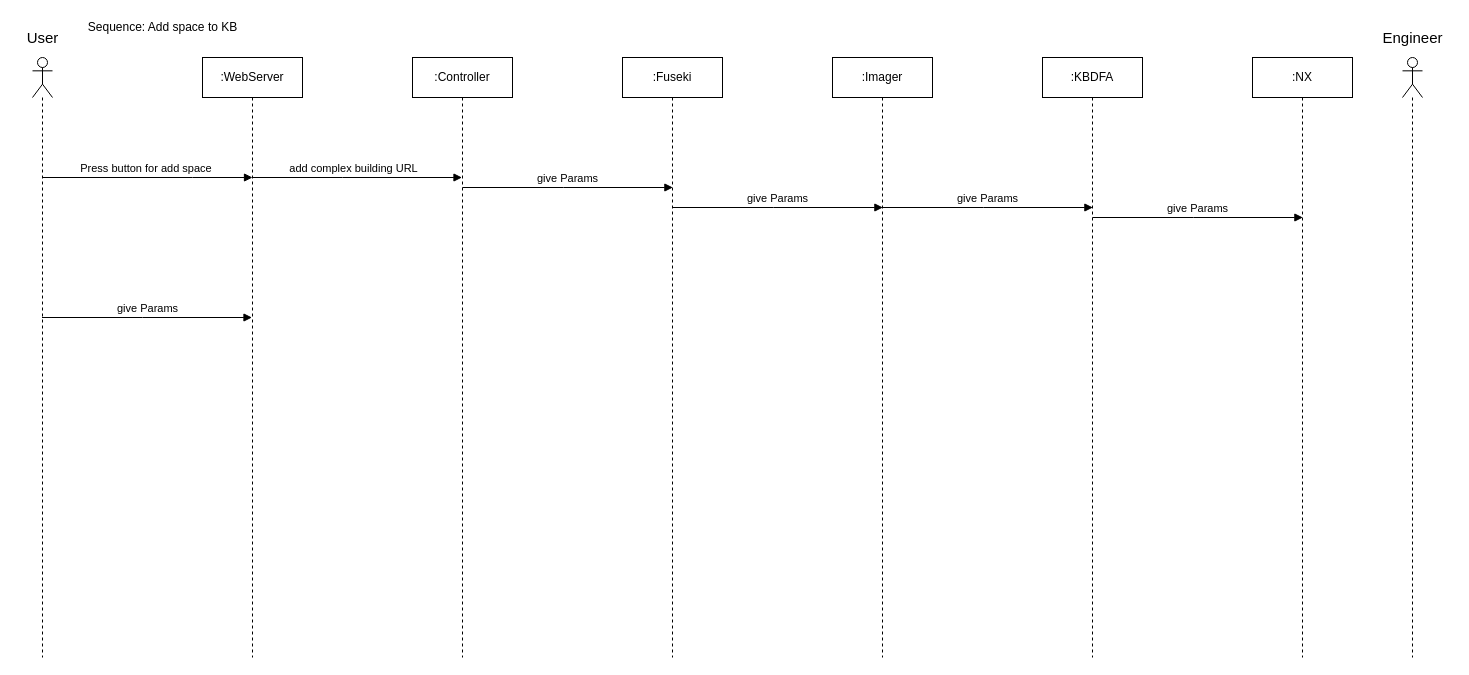
Above: page "SeqAddSpace" (4 of 8) of Diagrams/Diagrams.drawio in Hallvaeb/automation-p2-construction-knowledge-base (draw.io), before the change. Source tidied: cells renumbered, new cells numbered last; positions are measured from the earlier drawing's top-left corner, leaving out a move shared by most shapes. Both pictures are drawn from the tidied source at 100%, with x=0, y=0 at pixel (17, 17).
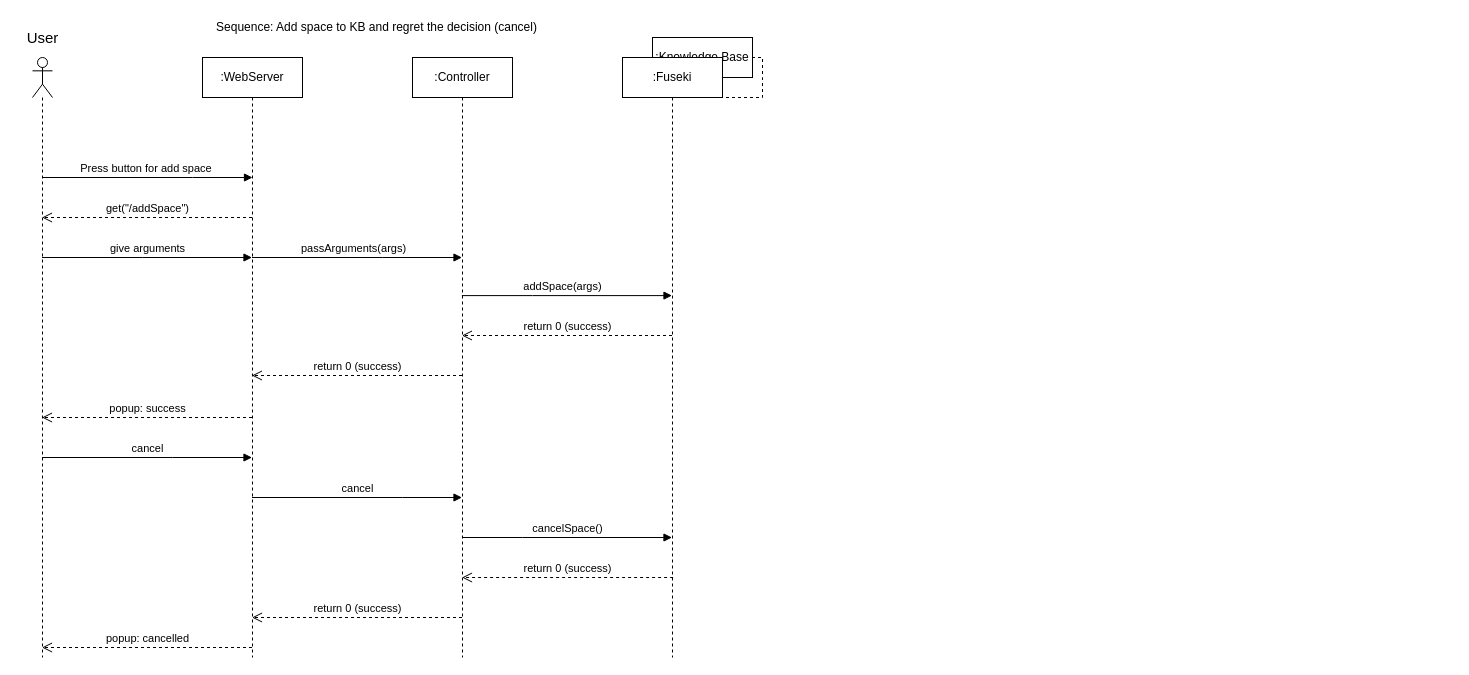
The same diagram, later.

The change refers to these unchanged cells:
```xml
<mxCell id="2" style="shape=umlLifeline;participant=umlActor;perimeter=lifelinePerimeter;whiteSpace=wrap;html=1;verticalAlign=top;spacingTop=36;outlineConnect=0;" parent="1" vertex="1">
  <mxGeometry x="15" y="40" width="20" height="600" as="geometry" />
</mxCell>
<mxCell id="3" value=":WebServer" style="shape=umlLifeline;perimeter=lifelinePerimeter;whiteSpace=wrap;html=1;outlineConnect=0;" parent="1" vertex="1">
  <mxGeometry x="185" y="40" width="100" height="600" as="geometry" />
</mxCell>
<mxCell id="7" value=":Controller" style="shape=umlLifeline;perimeter=lifelinePerimeter;whiteSpace=wrap;html=1;outlineConnect=0;" parent="1" vertex="1">
  <mxGeometry x="395" y="40" width="100" height="600" as="geometry" />
</mxCell>
<mxCell id="9" value=":Fuseki" style="shape=umlLifeline;perimeter=lifelinePerimeter;whiteSpace=wrap;html=1;outlineConnect=0;" parent="1" vertex="1">
  <mxGeometry x="605" y="40" width="100" height="600" as="geometry" />
</mxCell>
```

Diff of the diagram source:
```diff
@@
+    <mxCell id="20" value=":Knowledge Base" style="shape=umlLifeline;perimeter=lifelinePerimeter;whiteSpace=wrap;html=1;" parent="1" vertex="1">
+      <mxGeometry x="635" y="20" width="100" height="40" as="geometry" />
+    </mxCell>
@@
-    <mxCell id="6" value="give Params" style="html=1;verticalAlign=bottom;endArrow=block;rounded=0;edgeStyle=orthogonalEdgeStyle;" parent="1" edge="1" source="2" target="3">
+    <mxCell id="6" value="give arguments" style="html=1;verticalAlign=bottom;endArrow=block;rounded=0;edgeStyle=orthogonalEdgeStyle;" parent="1" edge="1" source="2" target="3">
       <mxGeometry relative="1" as="geometry">
         <Array as="points">
-          <mxPoint x="125" y="300" />
-          <mxPoint x="125" y="300" />
+          <mxPoint x="125" y="240" />
+          <mxPoint x="125" y="240" />
         </Array>
       </mxGeometry>
     </mxCell>
@@
-    <mxCell id="8" value="add complex building URL" style="html=1;verticalAlign=bottom;endArrow=block;rounded=0;edgeStyle=orthogonalEdgeStyle;" parent="1" edge="1" source="3" target="7">
+    <mxCell id="8" value="passArguments(args)" style="html=1;verticalAlign=bottom;endArrow=block;rounded=0;edgeStyle=orthogonalEdgeStyle;" parent="1" edge="1" source="3" target="7">
       <mxGeometry x="-0.04" relative="1" as="geometry">
         <Array as="points">
-          <mxPoint x="325" y="160" />
-          <mxPoint x="325" y="160" />
+          <mxPoint x="365" y="240" />
+          <mxPoint x="365" y="240" />
         </Array>
       </mxGeometry>
     </mxCell>
@@
+    <mxCell id="21" value="return 0 (success)" style="html=1;verticalAlign=bottom;endArrow=open;dashed=1;endSize=8;rounded=0;" parent="9" edge="1" target="7">
+      <mxGeometry relative="1" as="geometry">
+        <mxPoint x="50.6" y="520" as="sourcePoint" />
+        <Array as="points">
+          <mxPoint x="-98.9" y="520" />
+        </Array>
+      </mxGeometry>
+    </mxCell>
-    <mxCell id="10" value="Sequence: Add space to KB" style="text;html=1;align=center;verticalAlign=middle;strokeColor=none;fillColor=none;" parent="1" vertex="1">
-      <mxGeometry x="65" width="160" height="20" as="geometry" />
+    <mxCell id="10" value="Sequence: Add space to KB and regret the decision (cancel)" style="text;html=1;align=center;verticalAlign=middle;strokeColor=none;fillColor=none;" parent="1" vertex="1">
+      <mxGeometry x="189" width="340" height="20" as="geometry" />
     </mxCell>
-    <mxCell id="11" value="give Params" style="html=1;verticalAlign=bottom;endArrow=block;rounded=0;edgeStyle=orthogonalEdgeStyle;" parent="1" edge="1">
-      <mxGeometry relative="1" as="geometry">
-        <mxPoint x="445" y="170" as="sourcePoint" />
-        <mxPoint x="655.4" y="170" as="targetPoint" />
-        <Array as="points">
-          <mxPoint x="545.9" y="170" />
-          <mxPoint x="545.9" y="170" />
-        </Array>
-      </mxGeometry>
-    </mxCell>
-    <mxCell id="12" value=":Imager" style="shape=umlLifeline;perimeter=lifelinePerimeter;whiteSpace=wrap;html=1;" parent="1" vertex="1">
-      <mxGeometry x="815" y="40" width="100" height="600" as="geometry" />
-    </mxCell>
-    <mxCell id="13" value="give Params" style="html=1;verticalAlign=bottom;endArrow=block;rounded=0;edgeStyle=orthogonalEdgeStyle;" parent="1" edge="1">
-      <mxGeometry relative="1" as="geometry">
-        <mxPoint x="865" y="190" as="sourcePoint" />
-        <mxPoint x="1075.4" y="190" as="targetPoint" />
-        <Array as="points">
-          <mxPoint x="965.9" y="190" />
-          <mxPoint x="965.9" y="190" />
-        </Array>
-      </mxGeometry>
-    </mxCell>
-    <mxCell id="14" value="give Params" style="html=1;verticalAlign=bottom;endArrow=block;rounded=0;edgeStyle=orthogonalEdgeStyle;" parent="1" edge="1">
-      <mxGeometry relative="1" as="geometry">
-        <mxPoint x="655" y="190" as="sourcePoint" />
-        <mxPoint x="865.4" y="190" as="targetPoint" />
-        <Array as="points">
-          <mxPoint x="755.9" y="190" />
-          <mxPoint x="755.9" y="190" />
-        </Array>
-      </mxGeometry>
-    </mxCell>
-    <mxCell id="15" value=":KBDFA" style="shape=umlLifeline;perimeter=lifelinePerimeter;whiteSpace=wrap;html=1;" parent="1" vertex="1">
-      <mxGeometry x="1025" y="40" width="100" height="600" as="geometry" />
-    </mxCell>
-    <mxCell id="16" value=":NX" style="shape=umlLifeline;perimeter=lifelinePerimeter;whiteSpace=wrap;html=1;" parent="1" vertex="1">
-      <mxGeometry x="1235" y="40" width="100" height="600" as="geometry" />
-    </mxCell>
-    <mxCell id="17" value="give Params" style="html=1;verticalAlign=bottom;endArrow=block;rounded=0;edgeStyle=orthogonalEdgeStyle;" parent="1" edge="1">
-      <mxGeometry relative="1" as="geometry">
-        <mxPoint x="1075" y="200" as="sourcePoint" />
-        <mxPoint x="1285.4" y="200" as="targetPoint" />
-        <Array as="points">
-          <mxPoint x="1175.9" y="200" />
-          <mxPoint x="1175.9" y="200" />
-        </Array>
-      </mxGeometry>
-    </mxCell>
-    <mxCell id="18" style="shape=umlLifeline;participant=umlActor;perimeter=lifelinePerimeter;whiteSpace=wrap;html=1;verticalAlign=top;spacingTop=36;" parent="1" vertex="1">
-      <mxGeometry x="1385" y="40" width="20" height="600" as="geometry" />
-    </mxCell>
-    <mxCell id="19" value="Engineer" style="text;html=1;align=center;verticalAlign=middle;strokeColor=none;fillColor=none;fontSize=15;" parent="1" vertex="1">
-      <mxGeometry x="1355" y="10" width="80" height="20" as="geometry" />
-    </mxCell>
+    <mxCell id="22" value="get(&quot;/addSpace&quot;)" style="html=1;verticalAlign=bottom;endArrow=open;dashed=1;endSize=8;rounded=0;" parent="1" edge="1" source="3" target="2">
+      <mxGeometry relative="1" as="geometry">
+        <Array as="points">
+          <mxPoint x="85" y="200" />
+        </Array>
+      </mxGeometry>
+    </mxCell>
+    <mxCell id="23" value="addSpace(args)" style="html=1;verticalAlign=bottom;endArrow=block;rounded=0;edgeStyle=orthogonalEdgeStyle;" parent="1" edge="1">
+      <mxGeometry x="-0.04" relative="1" as="geometry">
+        <mxPoint x="444.4" y="278.1" as="sourcePoint" />
+        <mxPoint x="654.5" y="278.1" as="targetPoint" />
+        <Array as="points">
+          <mxPoint x="515" y="278" />
+          <mxPoint x="515" y="278" />
+        </Array>
+      </mxGeometry>
+    </mxCell>
+    <mxCell id="24" value="return 0 (success)" style="html=1;verticalAlign=bottom;endArrow=open;dashed=1;endSize=8;rounded=0;" parent="1" edge="1">
+      <mxGeometry relative="1" as="geometry">
+        <mxPoint x="444.5" y="358" as="sourcePoint" />
+        <mxPoint x="234.4" y="358" as="targetPoint" />
+        <Array as="points">
+          <mxPoint x="296.1" y="358" />
+        </Array>
+      </mxGeometry>
+    </mxCell>
+    <mxCell id="25" value="popup: success" style="html=1;verticalAlign=bottom;endArrow=open;dashed=1;endSize=8;rounded=0;" parent="1" edge="1" source="3" target="2">
+      <mxGeometry relative="1" as="geometry">
+        <Array as="points">
+          <mxPoint x="86.6" y="400" />
+        </Array>
+      </mxGeometry>
+    </mxCell>
+    <mxCell id="26" value="cancel" style="html=1;verticalAlign=bottom;endArrow=block;rounded=0;edgeStyle=orthogonalEdgeStyle;" parent="1" edge="1" source="2" target="3">
+      <mxGeometry relative="1" as="geometry">
+        <Array as="points">
+          <mxPoint x="155" y="440" />
+          <mxPoint x="155" y="440" />
+        </Array>
+      </mxGeometry>
+    </mxCell>
+    <mxCell id="27" value="cancel" style="html=1;verticalAlign=bottom;endArrow=block;rounded=0;edgeStyle=orthogonalEdgeStyle;" parent="1" edge="1" source="3" target="7">
+      <mxGeometry relative="1" as="geometry">
+        <Array as="points">
+          <mxPoint x="385" y="480" />
+          <mxPoint x="385" y="480" />
+        </Array>
+      </mxGeometry>
+    </mxCell>
+    <mxCell id="28" value="cancelSpace()" style="html=1;verticalAlign=bottom;endArrow=block;rounded=0;edgeStyle=orthogonalEdgeStyle;" parent="1" edge="1" source="7" target="9">
+      <mxGeometry relative="1" as="geometry">
+        <Array as="points">
+          <mxPoint x="505" y="520" />
+          <mxPoint x="505" y="520" />
+        </Array>
+      </mxGeometry>
+    </mxCell>
+    <mxCell id="29" value="return 0 (success)" style="html=1;verticalAlign=bottom;endArrow=open;dashed=1;endSize=8;rounded=0;" parent="1" edge="1" source="7" target="3">
+      <mxGeometry relative="1" as="geometry">
+        <Array as="points">
+          <mxPoint x="296.6" y="600" />
+        </Array>
+      </mxGeometry>
+    </mxCell>
+    <mxCell id="30" value="return 0 (success)" style="html=1;verticalAlign=bottom;endArrow=open;dashed=1;endSize=8;rounded=0;" parent="1" edge="1">
+      <mxGeometry relative="1" as="geometry">
+        <mxPoint x="654.5" y="318" as="sourcePoint" />
+        <mxPoint x="444.4" y="318" as="targetPoint" />
+      </mxGeometry>
+    </mxCell>
+    <mxCell id="31" style="endArrow=none;dashed=1;html=1;rounded=0;" parent="1" edge="1" source="9">
+      <mxGeometry relative="1" as="geometry">
+        <mxPoint x="735" y="40" as="targetPoint" />
+        <Array as="points">
+          <mxPoint x="745" y="80" />
+          <mxPoint x="745" y="60" />
+          <mxPoint x="745" y="40" />
+        </Array>
+      </mxGeometry>
+    </mxCell>
+    <mxCell id="32" value="popup: cancelled" style="html=1;verticalAlign=bottom;endArrow=open;dashed=1;endSize=8;rounded=0;" parent="1" edge="1" source="3" target="2">
+      <mxGeometry relative="1" as="geometry">
+        <Array as="points">
+          <mxPoint x="87.2" y="630" />
+        </Array>
+      </mxGeometry>
+    </mxCell>
```
